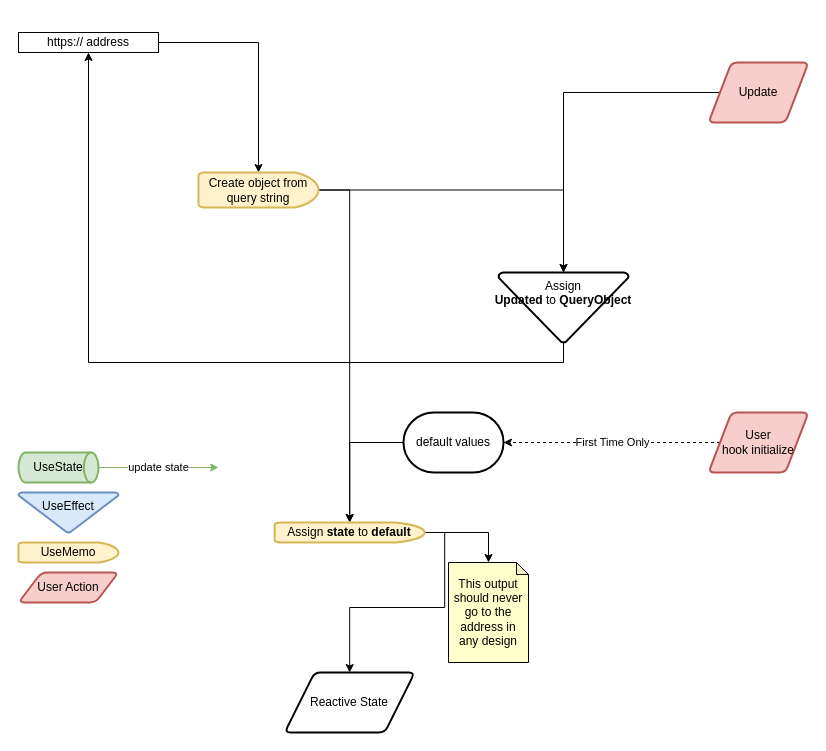
Earlier version of the draw.io diagram Flow.drawio (baruchiro/use-route-as-state). Source tidied: cells renumbered, new cells numbered last; positions are measured from the earlier drawing's top-left corner, leaving out a move shared by most shapes. Both pictures are drawn from the tidied source at 100%, with x=0, y=0 at pixel (18, 32).
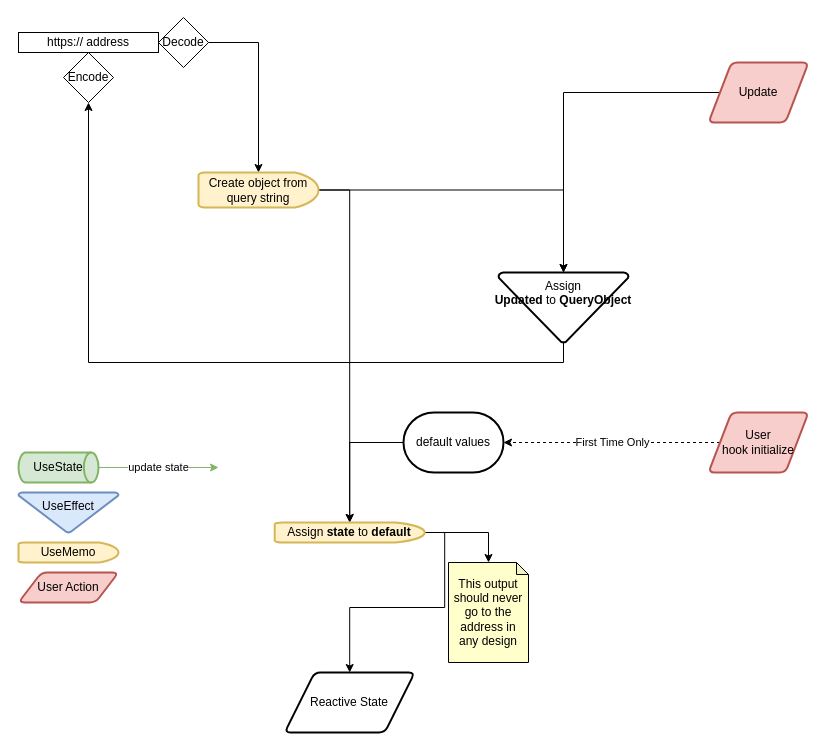
After the change.

Commit message:
Encode Decode flow

Unchanged cells that the change refers to:
```xml
<mxCell id="3" value="https:// address" style="rounded=0;whiteSpace=wrap;html=1;" parent="1" vertex="1">
  <mxGeometry width="140" height="20" as="geometry" />
</mxCell>
<mxCell id="12" value="Assign &lt;b&gt;Updated&lt;/b&gt;&amp;nbsp;to&lt;b&gt;&amp;nbsp;QueryObject&lt;/b&gt;" style="strokeWidth=2;html=1;shape=mxgraph.flowchart.merge_or_storage;whiteSpace=wrap;verticalAlign=top;" parent="1" vertex="1">
  <mxGeometry x="480" y="240" width="130" height="70" as="geometry" />
</mxCell>
<mxCell id="21" value="Create object from query string" style="strokeWidth=2;html=1;shape=mxgraph.flowchart.delay;whiteSpace=wrap;fillColor=#fff2cc;strokeColor=#d6b656;" parent="1" vertex="1">
  <mxGeometry x="180" y="140" width="120" height="35" as="geometry" />
</mxCell>
```

Change to the diagram source:
```diff
@@
-    <mxCell id="2" style="edgeStyle=orthogonalEdgeStyle;rounded=0;jettySize=auto;html=1;entryX=0.5;entryY=0;entryDx=0;entryDy=0;entryPerimeter=0;" parent="1" edge="1" source="3" target="21">
+    <mxCell id="2" style="edgeStyle=orthogonalEdgeStyle;rounded=0;jettySize=auto;html=1;entryX=0.5;entryY=0;entryDx=0;entryDy=0;entryPerimeter=0;exitX=1;exitY=0.5;exitDx=0;exitDy=0;" parent="1" edge="1" source="26" target="21">
       <mxGeometry relative="1" as="geometry" />
     </mxCell>
@@
-    <mxCell id="11" style="edgeStyle=orthogonalEdgeStyle;rounded=0;jettySize=auto;html=1;entryX=0.5;entryY=1;entryDx=0;entryDy=0;exitX=0.5;exitY=1;exitDx=0;exitDy=0;exitPerimeter=0;" parent="1" edge="1" source="12" target="3">
+    <mxCell id="11" style="edgeStyle=orthogonalEdgeStyle;rounded=0;jettySize=auto;html=1;entryX=0.5;entryY=1;entryDx=0;entryDy=0;exitX=0.5;exitY=1;exitDx=0;exitDy=0;exitPerimeter=0;" parent="1" edge="1" source="12" target="25">
       <mxGeometry relative="1" as="geometry" />
     </mxCell>
@@
+    <mxCell id="25" value="Encode" style="rhombus;whiteSpace=wrap;html=1;" parent="1" vertex="1">
+      <mxGeometry x="45" y="20" width="50" height="50" as="geometry" />
+    </mxCell>
+    <mxCell id="26" value="Decode" style="rhombus;whiteSpace=wrap;html=1;" parent="1" vertex="1">
+      <mxGeometry x="140" y="-15" width="50" height="50" as="geometry" />
+    </mxCell>
```
